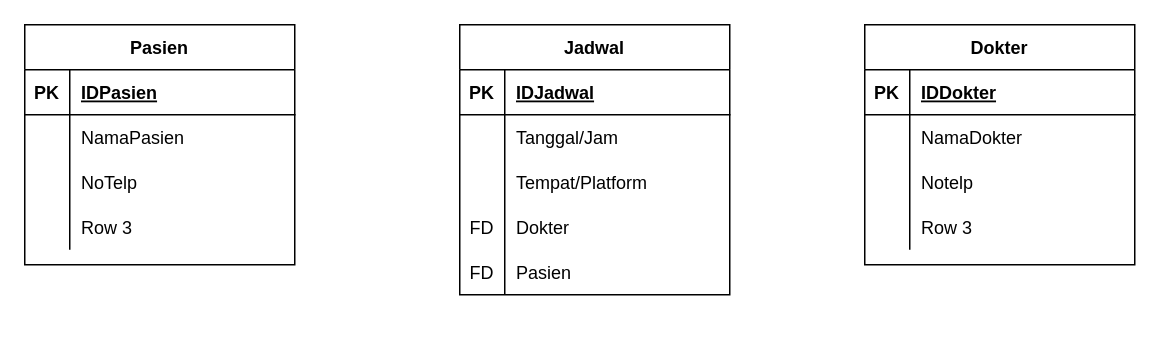
Earlier version of the draw.io diagram page "Page-3" (2 of 2) of Domain model iterasi 2 rpl.drawio (MaximHere/drawio). Source tidied: cells renumbered, new cells numbered last; positions are measured from the earlier drawing's top-left corner, leaving out a move shared by most shapes. Both pictures are drawn from the tidied source at 150%, with x=0, y=0 at pixel (24, 24).
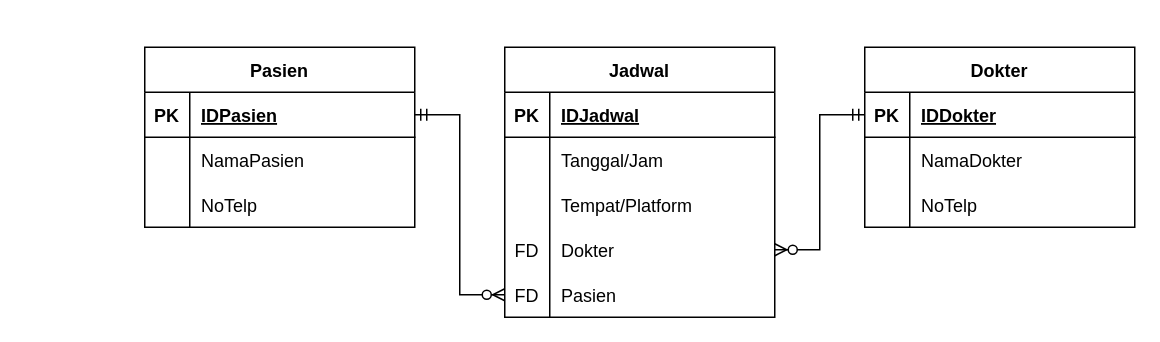
Above is the later version.

Unchanged cells that the change refers to:
```xml
<mxCell id="3" style="shape=tableRow;horizontal=0;startSize=0;swimlaneHead=0;swimlaneBody=0;fillColor=none;points=[[0,0.5],[1,0.5]];portConstraint=eastwest;top=0;left=0;right=0;bottom=1;" parent="2" vertex="1">
  <mxGeometry y="30" width="180" height="30" as="geometry" />
</mxCell>
<mxCell id="16" style="shape=tableRow;horizontal=0;startSize=0;swimlaneHead=0;swimlaneBody=0;fillColor=none;points=[[0,0.5],[1,0.5]];portConstraint=eastwest;top=0;left=0;right=0;bottom=1;" parent="15" vertex="1">
  <mxGeometry y="30" width="180" height="30" as="geometry" />
</mxCell>
<mxCell id="22" style="shape=tableRow;horizontal=0;startSize=0;swimlaneHead=0;swimlaneBody=0;fillColor=none;top=0;left=0;right=0;bottom=0;" parent="15" vertex="1">
  <mxGeometry y="90" width="180" height="30" as="geometry" />
</mxCell>
<mxCell id="38" style="shape=tableRow;horizontal=0;startSize=0;swimlaneHead=0;swimlaneBody=0;fillColor=none;points=[[0,0.5],[1,0.5]];portConstraint=eastwest;top=0;left=0;right=0;bottom=0;" parent="28" vertex="1">
  <mxGeometry y="120" width="180" height="30" as="geometry" />
</mxCell>
<mxCell id="41" style="shape=tableRow;horizontal=0;startSize=0;swimlaneHead=0;swimlaneBody=0;fillColor=none;points=[[0,0.5],[1,0.5]];portConstraint=eastwest;top=0;left=0;right=0;bottom=0;" parent="28" vertex="1">
  <mxGeometry y="150" width="180" height="30" as="geometry" />
</mxCell>
```

What changed in the source:
```diff
@@
     <mxCell id="2" value="Pasien" style="shape=table;startSize=30;childLayout=tableLayout;rowLines=0;fontStyle=1;align=center;" parent="1" vertex="1">
-      <mxGeometry width="180" height="160" as="geometry" />
+      <mxGeometry x="80" y="15" width="180" height="120" as="geometry" />
     </mxCell>
@@
-    <mxCell id="12" style="shape=tableRow;horizontal=0;startSize=0;swimlaneHead=0;swimlaneBody=0;fillColor=none;top=0;left=0;right=0;bottom=0;" parent="2" vertex="1">
-      <mxGeometry y="120" width="180" height="30" as="geometry" />
-    </mxCell>
-    <mxCell id="13" style="shape=partialRectangle;fillColor=none;top=0;left=0;bottom=0;right=0;overflow=hidden;" parent="12" vertex="1">
-      <mxGeometry width="30" height="30" as="geometry" />
-    </mxCell>
-    <mxCell id="14" value="Row 3" style="shape=partialRectangle;fillColor=none;top=0;left=0;bottom=0;right=0;align=left;spacingLeft=6;overflow=hidden;" parent="12" vertex="1">
-      <mxGeometry x="30" width="150" height="30" as="geometry" />
-    </mxCell>
     <mxCell id="15" value="Dokter" style="shape=table;startSize=30;childLayout=tableLayout;rowLines=0;fontStyle=1;align=center;" parent="1" vertex="1">
-      <mxGeometry x="560" width="180" height="160" as="geometry" />
+      <mxGeometry x="560" y="15" width="180" height="120" as="geometry" />
     </mxCell>
@@
-    <mxCell id="24" value="Notelp" style="shape=partialRectangle;fillColor=none;top=0;left=0;bottom=0;right=0;align=left;spacingLeft=6;overflow=hidden;" parent="22" vertex="1">
+    <mxCell id="24" value="NoTelp" style="shape=partialRectangle;fillColor=none;top=0;left=0;bottom=0;right=0;align=left;spacingLeft=6;overflow=hidden;" parent="22" vertex="1">
       <mxGeometry x="30" width="150" height="30" as="geometry" />
     </mxCell>
-    <mxCell id="25" style="shape=tableRow;horizontal=0;startSize=0;swimlaneHead=0;swimlaneBody=0;fillColor=none;top=0;left=0;right=0;bottom=0;" parent="15" vertex="1">
-      <mxGeometry y="120" width="180" height="30" as="geometry" />
-    </mxCell>
-    <mxCell id="26" style="shape=partialRectangle;fillColor=none;top=0;left=0;bottom=0;right=0;overflow=hidden;" parent="25" vertex="1">
-      <mxGeometry width="30" height="30" as="geometry" />
-    </mxCell>
-    <mxCell id="27" value="Row 3" style="shape=partialRectangle;fillColor=none;top=0;left=0;bottom=0;right=0;align=left;spacingLeft=6;overflow=hidden;" parent="25" vertex="1">
-      <mxGeometry x="30" width="150" height="30" as="geometry" />
-    </mxCell>
     <mxCell id="28" value="Jadwal" style="shape=table;startSize=30;childLayout=tableLayout;rowLines=0;fontStyle=1;align=center;" parent="1" vertex="1">
-      <mxGeometry x="290" width="180" height="180" as="geometry" />
+      <mxGeometry x="320" y="15" width="180" height="180" as="geometry" />
     </mxCell>
@@
+    <mxCell id="44" style="edgeStyle=entityRelationEdgeStyle;fontSize=12;html=1;endArrow=ERzeroToMany;startArrow=ERmandOne;rounded=0;exitX=1;exitY=0.5;exitDx=0;exitDy=0;entryX=0;entryY=0.5;entryDx=0;entryDy=0;" parent="1" edge="1" source="3" target="41">
+      <mxGeometry relative="1" as="geometry" />
+    </mxCell>
+    <mxCell id="45" style="edgeStyle=entityRelationEdgeStyle;fontSize=12;html=1;endArrow=ERzeroToMany;startArrow=ERmandOne;rounded=0;exitX=0;exitY=0.5;exitDx=0;exitDy=0;entryX=1;entryY=0.5;entryDx=0;entryDy=0;" parent="1" edge="1" source="16" target="38">
+      <mxGeometry relative="1" as="geometry" />
+    </mxCell>
```
